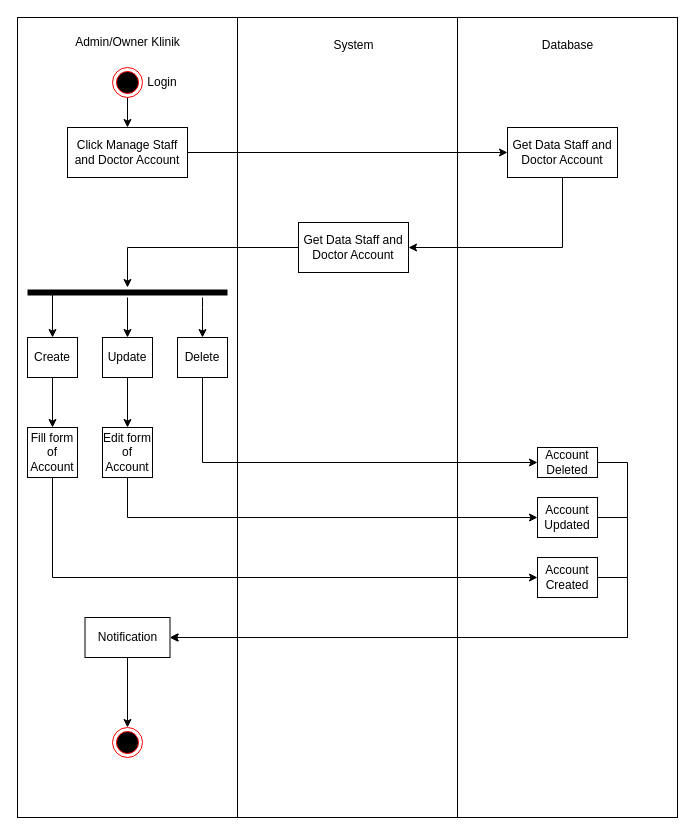
Above: page "login-activity" (4 of 9) of klinik-use-case-diagram.drawio in rrahmatn/dfd_erd_uml (draw.io), before the change. Source tidied: cells renumbered, new cells numbered last; positions are measured from the earlier drawing's top-left corner, leaving out a move shared by most shapes. Both pictures are drawn from the tidied source at 100%, with x=0, y=0 at pixel (17, 17).
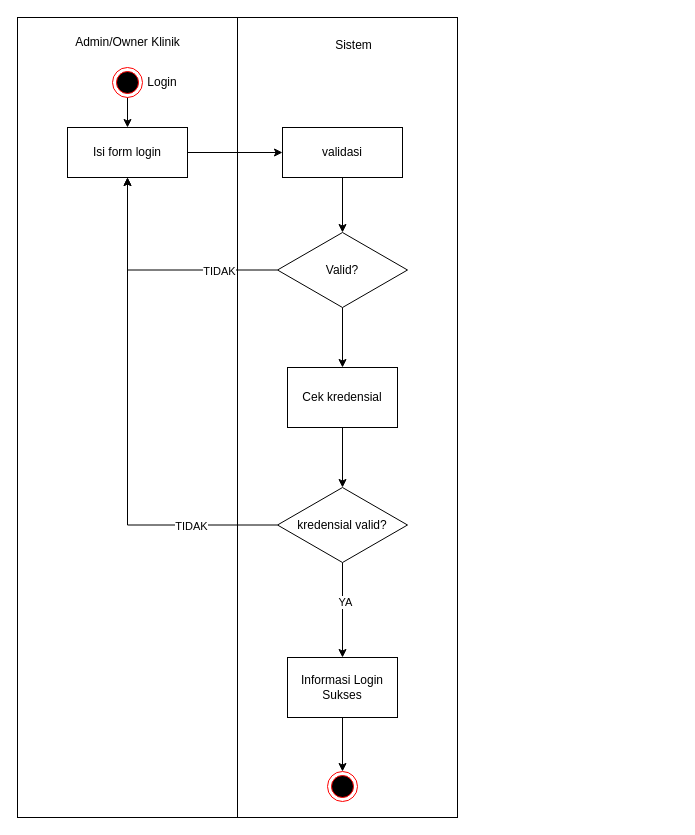
Above is the later version.

Diff of the diagram source:
```diff
@@
-    <mxCell id="2" style="html=1;whiteSpace=wrap;" parent="1" vertex="1">
-      <mxGeometry x="440" width="220" height="800" as="geometry" />
-    </mxCell>
@@
-    <mxCell id="8" style="edgeStyle=orthogonalEdgeStyle;rounded=0;jettySize=auto;html=1;entryX=0;entryY=0.5;entryDx=0;entryDy=0;" parent="1" edge="1" source="9" target="12">
-      <mxGeometry relative="1" as="geometry" />
-    </mxCell>
+    <mxCell id="40" style="edgeStyle=orthogonalEdgeStyle;rounded=0;jettySize=auto;html=1;exitX=1;exitY=0.5;exitDx=0;exitDy=0;entryX=0;entryY=0.5;entryDx=0;entryDy=0;" parent="1" edge="1" source="9" target="53">
+      <mxGeometry relative="1" as="geometry" />
+    </mxCell>
-    <mxCell id="9" value="Click Manage Staff and Doctor Account" style="html=1;whiteSpace=wrap;" parent="1" vertex="1">
+    <mxCell id="9" value="Isi form login" style="html=1;whiteSpace=wrap;" parent="1" vertex="1">
       <mxGeometry x="50" y="110" width="120" height="50" as="geometry" />
     </mxCell>
-    <mxCell id="10" value="System" style="text;html=1;align=center;verticalAlign=middle;strokeColor=none;fillColor=none;" parent="1" vertex="1">
+    <mxCell id="10" value="Sistem" style="text;html=1;align=center;verticalAlign=middle;strokeColor=none;fillColor=none;" parent="1" vertex="1">
       <mxGeometry x="306" y="13" width="60" height="30" as="geometry" />
     </mxCell>
-    <mxCell id="11" style="edgeStyle=orthogonalEdgeStyle;rounded=0;jettySize=auto;html=1;" parent="1" edge="1" source="12" target="14">
-      <mxGeometry relative="1" as="geometry">
-        <Array as="points">
-          <mxPoint x="545" y="230" />
-        </Array>
-      </mxGeometry>
-    </mxCell>
-    <mxCell id="12" value="Get Data Staff and Doctor Account" style="html=1;whiteSpace=wrap;" parent="1" vertex="1">
-      <mxGeometry x="490" y="110" width="110" height="50" as="geometry" />
-    </mxCell>
-    <mxCell id="13" style="edgeStyle=orthogonalEdgeStyle;rounded=0;jettySize=auto;html=1;" parent="1" edge="1" source="14" target="19">
-      <mxGeometry relative="1" as="geometry" />
-    </mxCell>
-    <mxCell id="14" value="Get Data Staff and Doctor Account" style="html=1;whiteSpace=wrap;" parent="1" vertex="1">
-      <mxGeometry x="281" y="205" width="110" height="50" as="geometry" />
-    </mxCell>
-    <mxCell id="15" value="Database" style="text;html=1;align=center;verticalAlign=middle;strokeColor=none;fillColor=none;" parent="1" vertex="1">
-      <mxGeometry x="515" y="13" width="70" height="30" as="geometry" />
-    </mxCell>
-    <mxCell id="16" style="edgeStyle=orthogonalEdgeStyle;rounded=0;jettySize=auto;html=1;exitX=0.25;exitY=0.5;exitDx=0;exitDy=0;exitPerimeter=0;entryX=0.5;entryY=0;entryDx=0;entryDy=0;" parent="1" edge="1" source="19" target="21">
-      <mxGeometry relative="1" as="geometry">
-        <Array as="points">
-          <mxPoint x="35" y="275" />
-        </Array>
-      </mxGeometry>
-    </mxCell>
-    <mxCell id="17" style="edgeStyle=orthogonalEdgeStyle;rounded=0;jettySize=auto;html=1;entryX=0.5;entryY=0;entryDx=0;entryDy=0;" parent="1" edge="1" source="19" target="23">
-      <mxGeometry relative="1" as="geometry" />
-    </mxCell>
-    <mxCell id="18" style="edgeStyle=orthogonalEdgeStyle;rounded=0;jettySize=auto;html=1;entryX=0.5;entryY=0;entryDx=0;entryDy=0;" parent="1" edge="1" source="19" target="25">
-      <mxGeometry relative="1" as="geometry">
-        <Array as="points">
-          <mxPoint x="185" y="290" />
-          <mxPoint x="185" y="290" />
-        </Array>
-      </mxGeometry>
-    </mxCell>
-    <mxCell id="19" style="shape=line;html=1;strokeWidth=6;strokeColor=#000000;" parent="1" vertex="1">
-      <mxGeometry x="10" y="270" width="200" height="10" as="geometry" />
-    </mxCell>
-    <mxCell id="20" style="edgeStyle=orthogonalEdgeStyle;rounded=0;jettySize=auto;html=1;entryX=0.5;entryY=0;entryDx=0;entryDy=0;" parent="1" edge="1" source="21" target="27">
-      <mxGeometry relative="1" as="geometry" />
-    </mxCell>
-    <mxCell id="21" value="Create" style="html=1;whiteSpace=wrap;" parent="1" vertex="1">
-      <mxGeometry x="10" y="320" width="50" height="40" as="geometry" />
-    </mxCell>
-    <mxCell id="22" style="edgeStyle=orthogonalEdgeStyle;rounded=0;jettySize=auto;html=1;entryX=0.5;entryY=0;entryDx=0;entryDy=0;" parent="1" edge="1" source="23" target="29">
-      <mxGeometry relative="1" as="geometry" />
-    </mxCell>
-    <mxCell id="23" value="Update" style="html=1;whiteSpace=wrap;" parent="1" vertex="1">
-      <mxGeometry x="85" y="320" width="50" height="40" as="geometry" />
-    </mxCell>
-    <mxCell id="24" style="edgeStyle=orthogonalEdgeStyle;rounded=0;jettySize=auto;html=1;entryX=0;entryY=0.5;entryDx=0;entryDy=0;" parent="1" edge="1" source="25" target="35">
-      <mxGeometry relative="1" as="geometry">
-        <Array as="points">
-          <mxPoint x="185" y="445" />
-        </Array>
-      </mxGeometry>
-    </mxCell>
-    <mxCell id="25" value="Delete" style="html=1;whiteSpace=wrap;" parent="1" vertex="1">
-      <mxGeometry x="160" y="320" width="50" height="40" as="geometry" />
-    </mxCell>
-    <mxCell id="26" style="edgeStyle=orthogonalEdgeStyle;rounded=0;jettySize=auto;html=1;entryX=0;entryY=0.5;entryDx=0;entryDy=0;" parent="1" edge="1" source="27" target="31">
-      <mxGeometry relative="1" as="geometry">
-        <Array as="points">
-          <mxPoint x="35" y="560" />
-        </Array>
-      </mxGeometry>
-    </mxCell>
-    <mxCell id="27" value="Fill form of Account" style="html=1;whiteSpace=wrap;" parent="1" vertex="1">
-      <mxGeometry x="10" y="410" width="50" height="50" as="geometry" />
-    </mxCell>
-    <mxCell id="28" style="edgeStyle=orthogonalEdgeStyle;rounded=0;jettySize=auto;html=1;entryX=0;entryY=0.5;entryDx=0;entryDy=0;" parent="1" edge="1" source="29" target="33">
-      <mxGeometry relative="1" as="geometry">
-        <Array as="points">
-          <mxPoint x="110" y="500" />
-        </Array>
-      </mxGeometry>
-    </mxCell>
-    <mxCell id="29" value="Edit form of Account" style="html=1;whiteSpace=wrap;" parent="1" vertex="1">
-      <mxGeometry x="85" y="410" width="50" height="50" as="geometry" />
-    </mxCell>
-    <mxCell id="30" style="edgeStyle=orthogonalEdgeStyle;rounded=0;jettySize=auto;html=1;entryX=1;entryY=0.5;entryDx=0;entryDy=0;" parent="1" edge="1" source="31" target="38">
-      <mxGeometry relative="1" as="geometry">
-        <Array as="points">
-          <mxPoint x="610" y="560" />
-          <mxPoint x="610" y="620" />
-        </Array>
-      </mxGeometry>
-    </mxCell>
-    <mxCell id="31" value="Account Created" style="html=1;whiteSpace=wrap;" parent="1" vertex="1">
-      <mxGeometry x="520" y="540" width="60" height="40" as="geometry" />
-    </mxCell>
-    <mxCell id="32" style="edgeStyle=orthogonalEdgeStyle;rounded=0;jettySize=auto;html=1;entryX=1;entryY=0.5;entryDx=0;entryDy=0;" parent="1" edge="1" source="33" target="38">
-      <mxGeometry relative="1" as="geometry">
-        <Array as="points">
-          <mxPoint x="610" y="500" />
-          <mxPoint x="610" y="620" />
-        </Array>
-      </mxGeometry>
-    </mxCell>
-    <mxCell id="33" value="Account Updated" style="html=1;whiteSpace=wrap;" parent="1" vertex="1">
-      <mxGeometry x="520" y="480" width="60" height="40" as="geometry" />
-    </mxCell>
-    <mxCell id="34" style="edgeStyle=orthogonalEdgeStyle;rounded=0;jettySize=auto;html=1;entryX=1;entryY=0.5;entryDx=0;entryDy=0;" parent="1" edge="1" source="35" target="38">
-      <mxGeometry relative="1" as="geometry">
-        <Array as="points">
-          <mxPoint x="610" y="445" />
-          <mxPoint x="610" y="620" />
-        </Array>
-      </mxGeometry>
-    </mxCell>
-    <mxCell id="35" value="Account Deleted" style="html=1;whiteSpace=wrap;" parent="1" vertex="1">
-      <mxGeometry x="520" y="430" width="60" height="30" as="geometry" />
-    </mxCell>
-    <mxCell id="36" style="ellipse;html=1;shape=endState;fillColor=#000000;strokeColor=#ff0000;" parent="1" vertex="1">
-      <mxGeometry x="95" y="710" width="30" height="30" as="geometry" />
-    </mxCell>
-    <mxCell id="37" style="edgeStyle=orthogonalEdgeStyle;rounded=0;jettySize=auto;html=1;entryX=0.5;entryY=0;entryDx=0;entryDy=0;" parent="1" edge="1" source="38" target="36">
-      <mxGeometry relative="1" as="geometry" />
-    </mxCell>
-    <mxCell id="38" value="Notification" style="html=1;whiteSpace=wrap;" parent="1" vertex="1">
-      <mxGeometry x="67.5" y="600" width="85" height="40" as="geometry" />
-    </mxCell>
@@
+    <mxCell id="41" style="edgeStyle=orthogonalEdgeStyle;rounded=0;jettySize=auto;html=1;exitX=0;exitY=0.5;exitDx=0;exitDy=0;entryX=0.5;entryY=1;entryDx=0;entryDy=0;" parent="1" edge="1" source="44" target="9">
+      <mxGeometry relative="1" as="geometry" />
+    </mxCell>
+    <mxCell id="42" value="TIDAK" style="edgeLabel;html=1;align=center;verticalAlign=middle;" parent="41" vertex="1">
+      <mxGeometry x="-0.51" y="1" relative="1" as="geometry" />
+    </mxCell>
+    <mxCell id="43" style="edgeStyle=orthogonalEdgeStyle;rounded=0;jettySize=auto;html=1;exitX=0.5;exitY=1;exitDx=0;exitDy=0;entryX=0.5;entryY=0;entryDx=0;entryDy=0;" parent="1" edge="1" source="44" target="55">
+      <mxGeometry relative="1" as="geometry" />
+    </mxCell>
+    <mxCell id="44" value="Valid?" style="rhombus;whiteSpace=wrap;html=1;" parent="1" vertex="1">
+      <mxGeometry x="260" y="215" width="130" height="75" as="geometry" />
+    </mxCell>
+    <mxCell id="45" style="edgeStyle=orthogonalEdgeStyle;rounded=0;jettySize=auto;html=1;entryX=0.5;entryY=0;entryDx=0;entryDy=0;" parent="1" edge="1" source="46" target="56">
+      <mxGeometry relative="1" as="geometry" />
+    </mxCell>
+    <mxCell id="46" value="Informasi Login Sukses" style="rounded=0;whiteSpace=wrap;html=1;" parent="1" vertex="1">
+      <mxGeometry x="270" y="640" width="110" height="60" as="geometry" />
+    </mxCell>
+    <mxCell id="47" style="edgeStyle=orthogonalEdgeStyle;rounded=0;jettySize=auto;html=1;exitX=0.5;exitY=1;exitDx=0;exitDy=0;entryX=0.5;entryY=0;entryDx=0;entryDy=0;" parent="1" edge="1" source="51" target="46">
+      <mxGeometry relative="1" as="geometry" />
+    </mxCell>
+    <mxCell id="48" value="YA" style="edgeLabel;html=1;align=center;verticalAlign=middle;" parent="47" vertex="1">
+      <mxGeometry x="-0.17" y="2" relative="1" as="geometry" />
+    </mxCell>
+    <mxCell id="49" style="edgeStyle=orthogonalEdgeStyle;rounded=0;jettySize=auto;html=1;entryX=0.5;entryY=1;entryDx=0;entryDy=0;" parent="1" edge="1" source="51" target="9">
+      <mxGeometry relative="1" as="geometry" />
+    </mxCell>
+    <mxCell id="50" value="TIDAK" style="edgeLabel;html=1;align=center;verticalAlign=middle;" parent="49" vertex="1">
+      <mxGeometry x="-0.65" y="1" relative="1" as="geometry" />
+    </mxCell>
+    <mxCell id="51" value="kredensial valid?" style="rhombus;whiteSpace=wrap;html=1;" parent="1" vertex="1">
+      <mxGeometry x="260" y="470" width="130" height="75" as="geometry" />
+    </mxCell>
+    <mxCell id="52" style="edgeStyle=orthogonalEdgeStyle;rounded=0;jettySize=auto;html=1;entryX=0.5;entryY=0;entryDx=0;entryDy=0;" parent="1" edge="1" source="53" target="44">
+      <mxGeometry relative="1" as="geometry" />
+    </mxCell>
+    <mxCell id="53" value="validasi" style="html=1;whiteSpace=wrap;" parent="1" vertex="1">
+      <mxGeometry x="265" y="110" width="120" height="50" as="geometry" />
+    </mxCell>
+    <mxCell id="54" style="edgeStyle=orthogonalEdgeStyle;rounded=0;jettySize=auto;html=1;exitX=0.5;exitY=1;exitDx=0;exitDy=0;" parent="1" edge="1" source="55" target="51">
+      <mxGeometry relative="1" as="geometry" />
+    </mxCell>
+    <mxCell id="55" value="Cek kredensial" style="rounded=0;whiteSpace=wrap;html=1;" parent="1" vertex="1">
+      <mxGeometry x="270" y="350" width="110" height="60" as="geometry" />
+    </mxCell>
+    <mxCell id="56" style="ellipse;html=1;shape=endState;fillColor=#000000;strokeColor=#ff0000;" parent="1" vertex="1">
+      <mxGeometry x="310" y="754" width="30" height="30" as="geometry" />
+    </mxCell>
```
